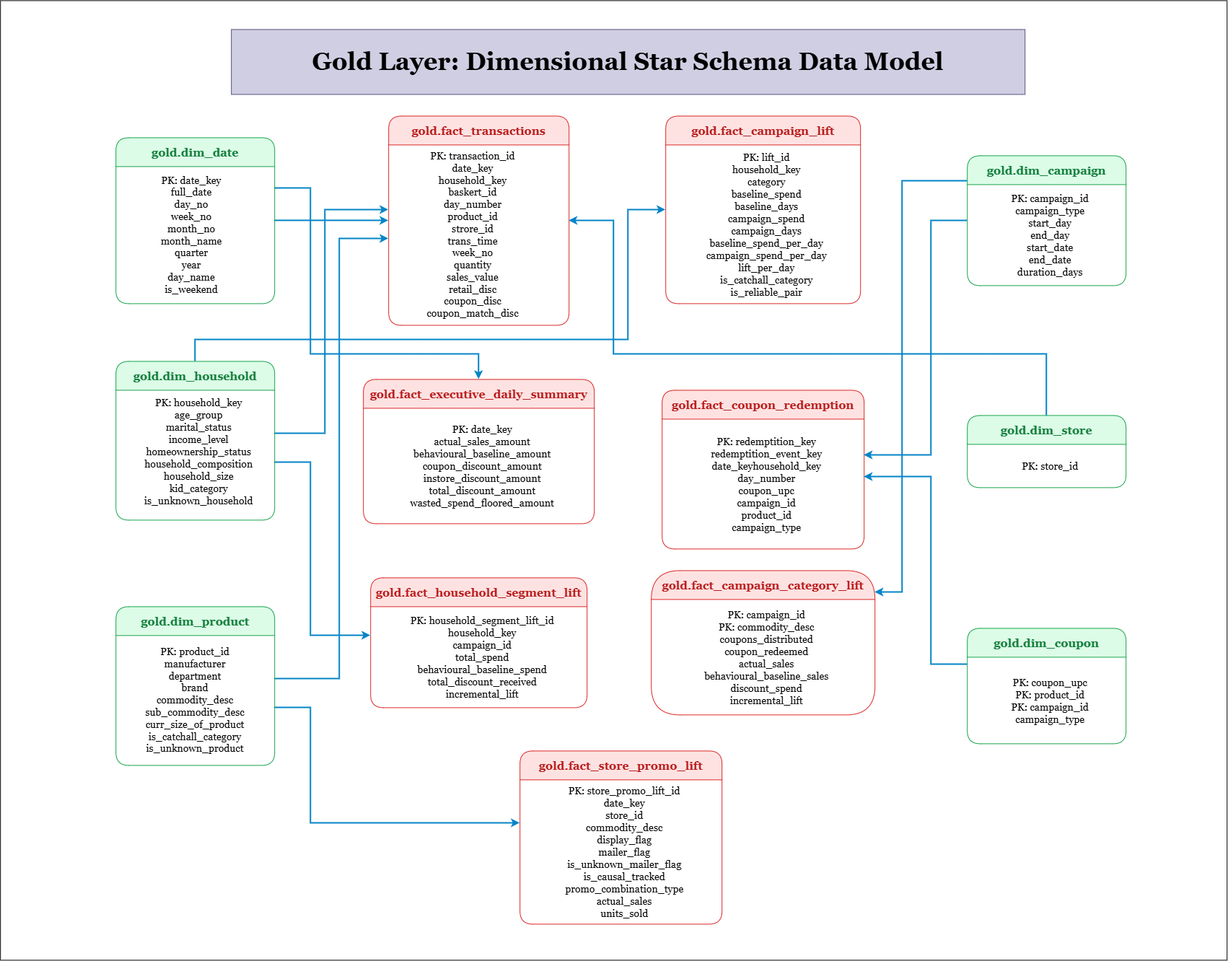
Before: docs/data_model.png, a diagram exported from draw.io (bhawana8954/Retail-Promotion-Intelligence). Source tidied: cells renumbered, new cells last; positions are measured from the earlier drawing's top-left corner, leaving out a move shared by most shapes. The source it was exported from:
```xml
<mxGraphModel>
  <root>
    <mxCell id="0" />
    <mxCell id="1" parent="0" />
    <mxCell id="2" style="rounded=0;whiteSpace=wrap;html=1;fillColor=light-dark(#FFFFFF,#121212);" parent="1" vertex="1">
      <mxGeometry width="1700" height="1330" as="geometry" />
    </mxCell>
    <mxCell id="3" value="&lt;font face=&quot;Georgia&quot; style=&quot;font-size: 34px;&quot;&gt;Gold Layer: Dimensional Star Schema Data Model&lt;/font&gt;" style="text;html=1;strokeColor=#56517e;fillColor=#d0cee2;align=center;verticalAlign=middle;whiteSpace=wrap;rounded=0;fontSize=18;fontStyle=1;" parent="1" vertex="1">
      <mxGeometry x="320" y="40" width="1100" height="90" as="geometry" />
    </mxCell>
    <mxCell id="4" value="gold.dim_campaign" style="swimlane;horizontal=1;startSize=40;fillColor=#DCFCE7;strokeColor=#16A34A;fontColor=#15803D;fontStyle=1;rounded=1;fontSize=16;fontFamily=Georgia;" parent="1" vertex="1">
      <mxGeometry x="1340" y="215" width="220" height="180" as="geometry" />
    </mxCell>
    <mxCell id="5" value="PK: campaign_id&#10;campaign_type&#10;start_day&#10;end_day&#10;start_date&#10;end_date&#10;duration_days" style="text;strokeColor=none;fillColor=none;align=center;verticalAlign=middle;spacingLeft=10;fontSize=14;fontFamily=Georgia;" parent="4" vertex="1">
      <mxGeometry y="40" width="220" height="140" as="geometry" />
    </mxCell>
    <mxCell id="6" value="gold.dim_store" style="swimlane;horizontal=1;startSize=40;fillColor=#DCFCE7;strokeColor=#16A34A;fontColor=#15803D;fontStyle=1;rounded=1;fontSize=16;fontFamily=Georgia;" parent="1" vertex="1">
      <mxGeometry x="1340" y="575" width="220" height="100" as="geometry" />
    </mxCell>
    <mxCell id="7" value="PK: store_id" style="text;strokeColor=none;fillColor=none;align=center;verticalAlign=middle;spacingLeft=10;fontSize=14;fontFamily=Georgia;" parent="6" vertex="1">
      <mxGeometry y="40" width="220" height="60" as="geometry" />
    </mxCell>
    <mxCell id="8" value="gold.dim_coupon" style="swimlane;horizontal=1;startSize=40;fillColor=#DCFCE7;strokeColor=#16A34A;fontColor=#15803D;fontStyle=1;rounded=1;fontSize=16;fontFamily=Georgia;" parent="1" vertex="1">
      <mxGeometry x="1340" y="870" width="220" height="160" as="geometry" />
    </mxCell>
    <mxCell id="9" value="PK: coupon_upc&#10;PK: product_id&#10;PK: campaign_id&#10;campaign_type" style="text;strokeColor=none;fillColor=none;align=center;verticalAlign=middle;spacingLeft=10;fontSize=14;fontFamily=Georgia;" parent="8" vertex="1">
      <mxGeometry y="40" width="220" height="120" as="geometry" />
    </mxCell>
    <mxCell id="10" value="gold.fact_transactions" style="swimlane;horizontal=1;startSize=40;fillColor=#FEE2E2;strokeColor=#DC2626;fontColor=#B91C1C;fontStyle=1;rounded=1;fontSize=16;fontFamily=Georgia;" parent="1" vertex="1">
      <mxGeometry x="538" y="160" width="250" height="290" as="geometry" />
    </mxCell>
    <mxCell id="11" value="gold.fact_coupon_redemption" style="swimlane;horizontal=1;startSize=40;fillColor=#FEE2E2;strokeColor=#DC2626;fontColor=#B91C1C;fontStyle=1;rounded=1;fontSize=16;fontFamily=Georgia;" parent="1" vertex="1">
      <mxGeometry x="917" y="540" width="280" height="220" as="geometry" />
    </mxCell>
    <mxCell id="12" value="PK: redemptition_key&#10;redemptition_event_key&#10;date_keyhousehold_key&#10;day_number&#10;coupon_upc&#10;campaign_id&#10;product_id&#10;campaign_type" style="text;strokeColor=none;fillColor=none;align=center;verticalAlign=middle;spacingLeft=10;fontSize=14;fontFamily=Georgia;" parent="11" vertex="1">
      <mxGeometry y="40" width="280" height="180" as="geometry" />
    </mxCell>
    <mxCell id="13" value="gold.fact_executive_daily_summary" style="swimlane;horizontal=1;startSize=40;fillColor=#FEE2E2;strokeColor=#DC2626;fontColor=#B91C1C;fontStyle=1;rounded=1;fontSize=16;fontFamily=Georgia;" parent="1" vertex="1">
      <mxGeometry x="503" y="525" width="320" height="200" as="geometry" />
    </mxCell>
    <mxCell id="14" value="PK: date_key&#10;actual_sales_amount&#10;behavioural_baseline_amount&#10;coupon_discount_amount&#10;instore_discount_amount&#10;total_discount_amount&#10;wasted_spend_floored_amount" style="text;strokeColor=none;fillColor=none;align=center;verticalAlign=middle;spacingLeft=10;fontSize=14;fontFamily=Georgia;" parent="13" vertex="1">
      <mxGeometry y="40" width="320" height="160" as="geometry" />
    </mxCell>
    <mxCell id="15" value="gold.fact_campaign_lift" style="swimlane;horizontal=1;startSize=40;fillColor=#FEE2E2;strokeColor=#DC2626;fontColor=#B91C1C;fontStyle=1;rounded=1;fontSize=16;fontFamily=Georgia;" parent="1" vertex="1">
      <mxGeometry x="922" y="160" width="270" height="260" as="geometry" />
    </mxCell>
    <mxCell id="16" value="PK: lift_id&#10;household_key&#10;category&#10;baseline_spend&#10;baseline_days&#10;campaign_spend&#10;campaign_days&#10;baseline_spend_per_day&#10;campaign_spend_per_day&#10;lift_per_day&#10;is_catchall_category&#10;is_reliable_pair" style="text;strokeColor=none;fillColor=none;align=center;verticalAlign=middle;spacingLeft=10;fontSize=14;fontFamily=Georgia;" parent="15" vertex="1">
      <mxGeometry y="40" width="270" height="220" as="geometry" />
    </mxCell>
    <mxCell id="17" value="gold.fact_campaign_category_lift" style="swimlane;horizontal=1;startSize=40;fillColor=#FEE2E2;strokeColor=#DC2626;fontColor=#B91C1C;fontStyle=1;rounded=1;fontSize=16;fontFamily=Georgia;arcSize=50;" parent="1" vertex="1">
      <mxGeometry x="902" y="790" width="310" height="200" as="geometry" />
    </mxCell>
    <mxCell id="18" value="PK: campaign_id&#10;PK: commodity_desc&#10;coupons_distributed&#10;coupon_redeemed&#10;actual_sales&#10;behavioural_baseline_sales&#10;discount_spend&#10;incremental_lift" style="text;strokeColor=none;fillColor=none;align=center;verticalAlign=middle;spacingLeft=10;fontSize=14;fontFamily=Georgia;" parent="17" vertex="1">
      <mxGeometry y="40" width="310" height="160" as="geometry" />
    </mxCell>
    <mxCell id="19" value="gold.fact_household_segment_lift" style="swimlane;horizontal=1;startSize=40;fillColor=#FEE2E2;strokeColor=#DC2626;fontColor=#B91C1C;fontStyle=1;rounded=1;fontSize=16;fontFamily=Georgia;" parent="1" vertex="1">
      <mxGeometry x="513" y="800" width="300" height="180" as="geometry" />
    </mxCell>
    <mxCell id="20" value="PK: household_segment_lift_id&#10;household_key&#10;campaign_id&#10;total_spend&#10;behavioural_baseline_spend&#10;total_discount_received&#10;incremental_lift" style="text;strokeColor=none;fillColor=none;align=center;verticalAlign=middle;spacingLeft=10;fontSize=14;fontFamily=Georgia;" parent="19" vertex="1">
      <mxGeometry y="40" width="300" height="140" as="geometry" />
    </mxCell>
    <mxCell id="21" value="gold.fact_store_promo_lift" style="swimlane;horizontal=1;startSize=40;fillColor=#FEE2E2;strokeColor=#DC2626;fontColor=#B91C1C;fontStyle=1;rounded=1;fontSize=16;fontFamily=Georgia;" parent="1" vertex="1">
      <mxGeometry x="720" y="1040" width="280" height="240" as="geometry" />
    </mxCell>
    <mxCell id="22" value="PK: store_promo_lift_id&#10;date_key&#10;store_id&#10;commodity_desc&#10;display_flag&#10;mailer_flag&#10;is_unknown_mailer_flag&#10;is_causal_tracked&#10;promo_combination_type&#10;actual_sales&#10;units_sold" style="text;strokeColor=none;fillColor=none;align=center;verticalAlign=middle;spacingLeft=10;fontSize=14;fontFamily=Georgia;" parent="21" vertex="1">
      <mxGeometry y="40" width="280" height="200" as="geometry" />
    </mxCell>
    <mxCell id="23" style="edgeStyle=orthogonalEdgeStyle;rounded=0;strokeColor=#0284C7;strokeWidth=2;endArrow=classic;endFill=1;" parent="1" edge="1" source="35" target="10">
      <mxGeometry relative="1" as="geometry" />
    </mxCell>
    <mxCell id="24" style="edgeStyle=orthogonalEdgeStyle;rounded=0;strokeColor=#0284C7;strokeWidth=2;endArrow=classic;endFill=1;" parent="1" edge="1" source="35" target="13">
      <mxGeometry relative="1" as="geometry">
        <Array as="points">
          <mxPoint x="430.1" y="260" />
          <mxPoint x="430.1" y="490" />
          <mxPoint x="663" y="490" />
        </Array>
      </mxGeometry>
    </mxCell>
    <mxCell id="25" style="edgeStyle=orthogonalEdgeStyle;rounded=0;strokeColor=#0284C7;strokeWidth=2;endArrow=classic;endFill=1;" parent="1" edge="1" source="37" target="10">
      <mxGeometry relative="1" as="geometry">
        <Array as="points">
          <mxPoint x="450" y="600" />
          <mxPoint x="450" y="290" />
        </Array>
      </mxGeometry>
    </mxCell>
    <mxCell id="26" style="edgeStyle=orthogonalEdgeStyle;rounded=0;strokeColor=#0284C7;strokeWidth=2;endArrow=classic;endFill=1;" parent="1" edge="1" source="37" target="15">
      <mxGeometry relative="1" as="geometry">
        <Array as="points">
          <mxPoint x="270.1" y="470" />
          <mxPoint x="870.1" y="470" />
          <mxPoint x="870.1" y="290" />
        </Array>
      </mxGeometry>
    </mxCell>
    <mxCell id="27" style="edgeStyle=orthogonalEdgeStyle;rounded=0;strokeColor=#0284C7;strokeWidth=2;endArrow=classic;endFill=1;" parent="1" edge="1" source="40" target="10">
      <mxGeometry relative="1" as="geometry">
        <Array as="points">
          <mxPoint x="470" y="940" />
          <mxPoint x="470" y="330" />
        </Array>
      </mxGeometry>
    </mxCell>
    <mxCell id="28" style="edgeStyle=orthogonalEdgeStyle;rounded=0;strokeColor=#0284C7;strokeWidth=2;endArrow=classic;endFill=1;" parent="1" edge="1" source="40" target="21">
      <mxGeometry relative="1" as="geometry">
        <Array as="points">
          <mxPoint x="430" y="980" />
          <mxPoint x="430" y="1140" />
        </Array>
      </mxGeometry>
    </mxCell>
    <mxCell id="29" style="edgeStyle=orthogonalEdgeStyle;rounded=0;strokeColor=#0284C7;strokeWidth=2;endArrow=classic;endFill=1;" parent="1" edge="1" source="4" target="11">
      <mxGeometry relative="1" as="geometry">
        <Array as="points">
          <mxPoint x="1290.1" y="305.1" />
          <mxPoint x="1290.1" y="630" />
        </Array>
      </mxGeometry>
    </mxCell>
    <mxCell id="30" style="edgeStyle=orthogonalEdgeStyle;rounded=0;strokeColor=#0284C7;strokeWidth=2;endArrow=classic;endFill=1;" parent="1" edge="1" source="4" target="17">
      <mxGeometry relative="1" as="geometry">
        <Array as="points">
          <mxPoint x="1250" y="250" />
          <mxPoint x="1250" y="820" />
        </Array>
      </mxGeometry>
    </mxCell>
    <mxCell id="31" style="edgeStyle=orthogonalEdgeStyle;rounded=0;strokeColor=#0284C7;strokeWidth=2;endArrow=classic;endFill=1;" parent="1" edge="1" source="6" target="10">
      <mxGeometry relative="1" as="geometry">
        <Array as="points">
          <mxPoint x="1450.1" y="490" />
          <mxPoint x="850.1" y="490" />
          <mxPoint x="850.1" y="305.1" />
        </Array>
      </mxGeometry>
    </mxCell>
    <mxCell id="32" style="edgeStyle=orthogonalEdgeStyle;rounded=0;strokeColor=#0284C7;strokeWidth=2;endArrow=classic;endFill=1;" parent="1" edge="1" source="8" target="11">
      <mxGeometry relative="1" as="geometry">
        <Array as="points">
          <mxPoint x="1290.1" y="920" />
          <mxPoint x="1290.1" y="660" />
        </Array>
      </mxGeometry>
    </mxCell>
    <mxCell id="33" style="edgeStyle=orthogonalEdgeStyle;rounded=0;strokeColor=#0284C7;strokeWidth=2;endArrow=classic;endFill=1;" parent="1" edge="1" source="37" target="19">
      <mxGeometry relative="1" as="geometry">
        <Array as="points">
          <mxPoint x="430.1" y="640" />
          <mxPoint x="430.1" y="880" />
        </Array>
      </mxGeometry>
    </mxCell>
    <mxCell id="34" style="group;" parent="1" vertex="1">
      <mxGeometry x="160" y="190" width="220" height="230" as="geometry" />
    </mxCell>
    <mxCell id="35" value="gold.dim_date" style="swimlane;horizontal=1;startSize=40;fillColor=#DCFCE7;strokeColor=#16A34A;fontColor=#15803D;fontStyle=1;rounded=1;fontSize=16;fontFamily=Georgia;" parent="34" vertex="1">
      <mxGeometry width="220" height="230" as="geometry" />
    </mxCell>
    <mxCell id="36" value="&lt;font style=&quot;font-size: 14px;&quot; face=&quot;Georgia&quot;&gt;PK: date_key&lt;br&gt;full_date&lt;br&gt;day_no&lt;/font&gt;&lt;div&gt;&lt;font style=&quot;font-size: 14px;&quot; face=&quot;Georgia&quot;&gt;week_no&lt;/font&gt;&lt;/div&gt;&lt;div&gt;&lt;font style=&quot;font-size: 14px;&quot; face=&quot;Georgia&quot;&gt;month_no&lt;/font&gt;&lt;/div&gt;&lt;div&gt;&lt;font style=&quot;font-size: 14px;&quot; face=&quot;Georgia&quot;&gt;month_name&lt;/font&gt;&lt;/div&gt;&lt;div&gt;&lt;font style=&quot;font-size: 14px;&quot; face=&quot;Georgia&quot;&gt;quarter&lt;/font&gt;&lt;/div&gt;&lt;div&gt;&lt;font style=&quot;font-size: 14px;&quot; face=&quot;Georgia&quot;&gt;year&lt;/font&gt;&lt;/div&gt;&lt;div&gt;&lt;font style=&quot;font-size: 14px;&quot; face=&quot;Georgia&quot;&gt;day_name&lt;/font&gt;&lt;/div&gt;&lt;div&gt;&lt;font style=&quot;font-size: 14px;&quot; face=&quot;Georgia&quot;&gt;is_weekend&lt;/font&gt;&lt;/div&gt;" style="text;html=1;whiteSpace=wrap;strokeColor=none;fillColor=none;align=center;verticalAlign=middle;rounded=0;" parent="35" vertex="1">
      <mxGeometry y="40" width="210.4" height="190" as="geometry" />
    </mxCell>
    <mxCell id="37" value="gold.dim_household" style="swimlane;horizontal=1;startSize=40;fillColor=#DCFCE7;strokeColor=#16A34A;fontColor=#15803D;fontStyle=1;rounded=1;fontSize=16;fontFamily=Georgia;" parent="1" vertex="1">
      <mxGeometry x="160" y="500" width="220" height="220" as="geometry" />
    </mxCell>
    <mxCell id="38" value="PK: household_key&#10;age_group&#10;marital_status&#10;income_level&#10;homeownership_status&#10;household_composition&#10;household_size&#10;kid_category&#10;is_unknown_household" style="text;strokeColor=none;fillColor=none;align=center;verticalAlign=middle;spacingLeft=10;fontSize=14;fontFamily=Georgia;" parent="1" vertex="1">
      <mxGeometry x="160" y="540" width="220" height="170" as="geometry" />
    </mxCell>
    <mxCell id="39" style="group;" parent="1" vertex="1">
      <mxGeometry x="160" y="840" width="220" height="220" as="geometry" />
    </mxCell>
    <mxCell id="40" value="gold.dim_product" style="swimlane;horizontal=1;startSize=40;fillColor=#DCFCE7;strokeColor=#16A34A;fontColor=#15803D;fontStyle=1;rounded=1;fontSize=16;fontFamily=Georgia;" parent="39" vertex="1">
      <mxGeometry width="220" height="220" as="geometry" />
    </mxCell>
    <mxCell id="41" value="&lt;font face=&quot;Georgia&quot; style=&quot;font-size: 14px;&quot;&gt;PK: product_id&lt;/font&gt;&lt;div&gt;&lt;font face=&quot;Georgia&quot; style=&quot;font-size: 14px;&quot;&gt;manufacturer&lt;/font&gt;&lt;/div&gt;&lt;div&gt;&lt;font face=&quot;Georgia&quot; style=&quot;font-size: 14px;&quot;&gt;department&lt;/font&gt;&lt;/div&gt;&lt;div&gt;&lt;font face=&quot;Georgia&quot; style=&quot;font-size: 14px;&quot;&gt;brand&lt;/font&gt;&lt;/div&gt;&lt;div&gt;&lt;font face=&quot;Georgia&quot; style=&quot;font-size: 14px;&quot;&gt;commodity_desc&lt;/font&gt;&lt;/div&gt;&lt;div&gt;&lt;font face=&quot;Georgia&quot; style=&quot;font-size: 14px;&quot;&gt;sub_commodity_desc&lt;/font&gt;&lt;/div&gt;&lt;div&gt;&lt;font face=&quot;Georgia&quot; style=&quot;font-size: 14px;&quot;&gt;curr_size_of_product&lt;/font&gt;&lt;/div&gt;&lt;div&gt;&lt;font face=&quot;Georgia&quot; style=&quot;font-size: 14px;&quot;&gt;is_catchall_category&lt;/font&gt;&lt;/div&gt;&lt;div&gt;&lt;font face=&quot;Georgia&quot; style=&quot;font-size: 14px;&quot;&gt;is_unknown_product&lt;/font&gt;&lt;/div&gt;" style="text;html=1;whiteSpace=wrap;strokeColor=none;fillColor=none;align=center;verticalAlign=middle;rounded=0;" parent="39" vertex="1">
      <mxGeometry y="40" width="220" height="180" as="geometry" />
    </mxCell>
    <mxCell id="42" value="PK: transaction_id&lt;div&gt;date_key&lt;/div&gt;&lt;div&gt;household_key&lt;/div&gt;&lt;div&gt;baskert_id&lt;/div&gt;&lt;div&gt;day_number&lt;/div&gt;&lt;div&gt;product_id&lt;/div&gt;&lt;div&gt;strore_id&lt;/div&gt;&lt;div&gt;trans_time&lt;/div&gt;&lt;div&gt;week_no&lt;/div&gt;&lt;div&gt;quantity&lt;/div&gt;&lt;div&gt;sales_value&lt;/div&gt;&lt;div&gt;retail_disc&lt;/div&gt;&lt;div&gt;coupon_disc&lt;/div&gt;&lt;div&gt;coupon_match_disc&lt;/div&gt;" style="text;html=1;whiteSpace=wrap;strokeColor=none;fillColor=none;align=center;verticalAlign=middle;rounded=0;fontFamily=Georgia;fontSize=14;" parent="1" vertex="1">
      <mxGeometry x="530" y="200" width="250" height="250" as="geometry" />
    </mxCell>
  </root>
</mxGraphModel>
```
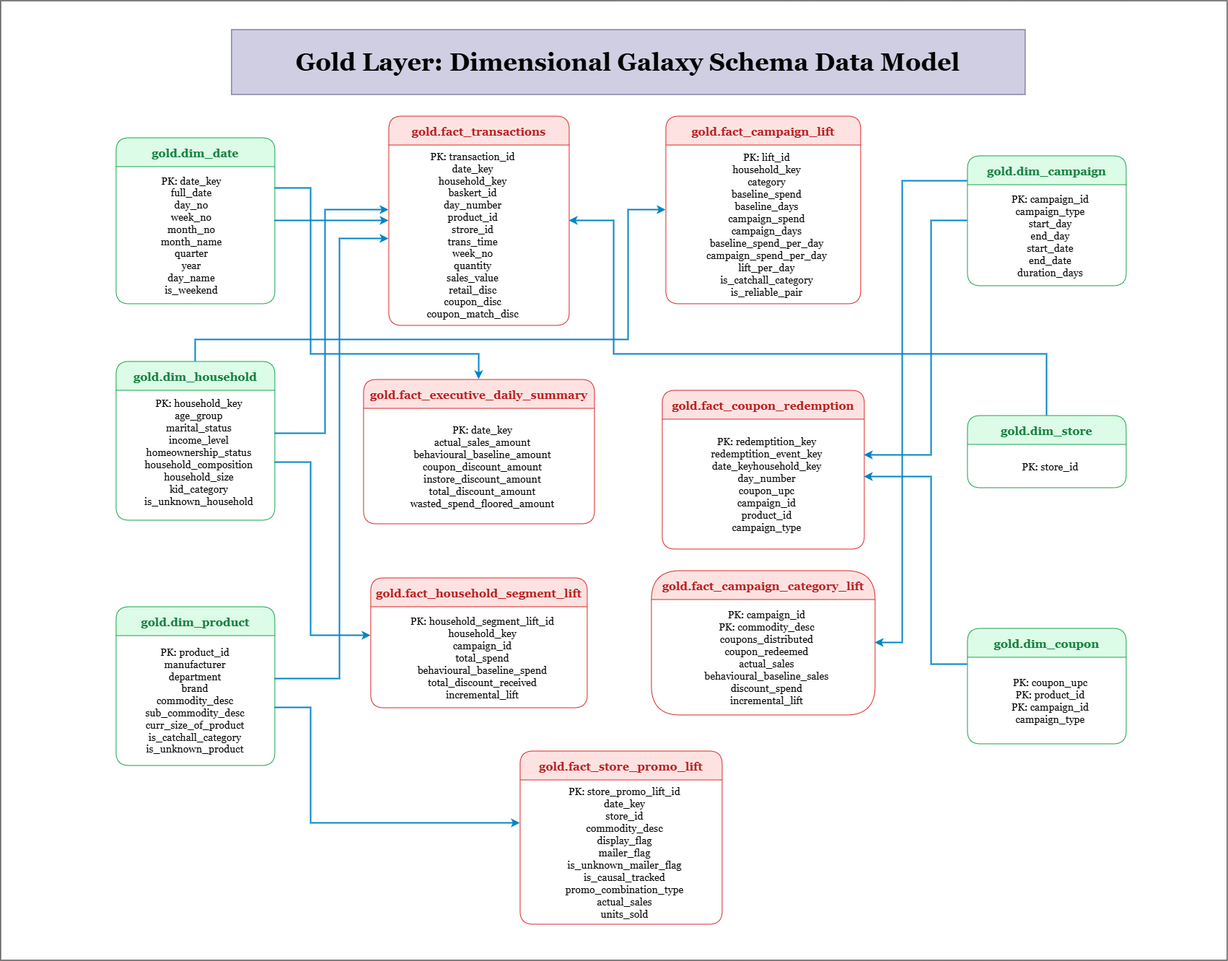
Above is the later version.

What changed in the source:
```diff
@@ -5,7 +5,7 @@
     <mxCell id="2" style="rounded=0;whiteSpace=wrap;html=1;fillColor=light-dark(#FFFFFF,#121212);" parent="1" vertex="1">
       <mxGeometry width="1700" height="1330" as="geometry" />
     </mxCell>
-    <mxCell id="3" value="&lt;font face=&quot;Georgia&quot; style=&quot;font-size: 34px;&quot;&gt;Gold Layer: Dimensional Star Schema Data Model&lt;/font&gt;" style="text;html=1;strokeColor=#56517e;fillColor=#d0cee2;align=center;verticalAlign=middle;whiteSpace=wrap;rounded=0;fontSize=18;fontStyle=1;" parent="1" vertex="1">
+    <mxCell id="3" value="&lt;font face=&quot;Georgia&quot; style=&quot;font-size: 34px;&quot;&gt;Gold Layer: Dimensional Galaxy Schema Data Model&lt;/font&gt;" style="text;html=1;strokeColor=#56517e;fillColor=#d0cee2;align=center;verticalAlign=middle;whiteSpace=wrap;rounded=0;fontSize=18;fontStyle=1;" parent="1" vertex="1">
       <mxGeometry x="320" y="40" width="1100" height="90" as="geometry" />
     </mxCell>
     <mxCell id="4" value="gold.dim_campaign" style="swimlane;horizontal=1;startSize=40;fillColor=#DCFCE7;strokeColor=#16A34A;fontColor=#15803D;fontStyle=1;rounded=1;fontSize=16;fontFamily=Georgia;" parent="1" vertex="1">
@@ -122,7 +122,7 @@
       <mxGeometry relative="1" as="geometry">
         <Array as="points">
           <mxPoint x="1250" y="250" />
-          <mxPoint x="1250" y="820" />
+          <mxPoint x="1250" y="890" />
         </Array>
       </mxGeometry>
     </mxCell>
```
